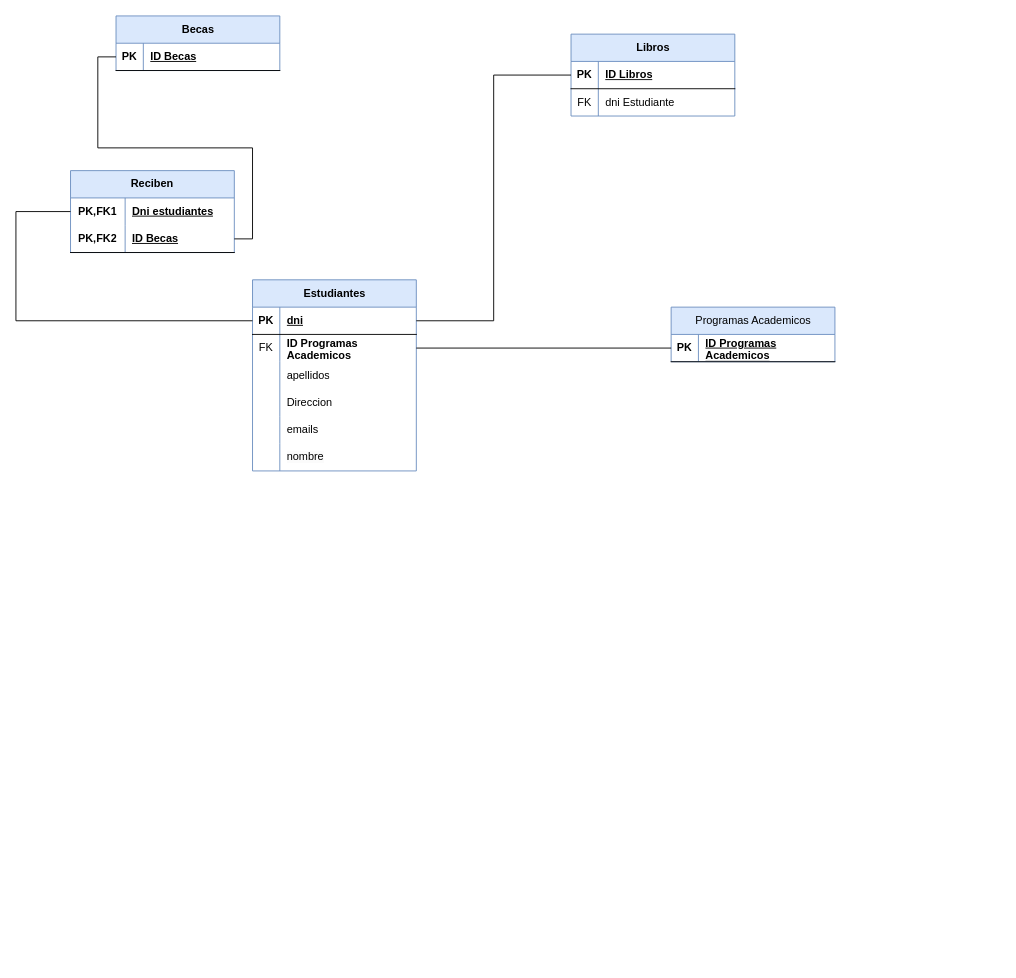
Before: modelo-mr/images/Modelo-Mr-completo.drawio in JVC0/ProyectoBBDD, a draw.io diagram. Source tidied: cells renumbered, new cells numbered last; positions are measured from the earlier drawing's top-left corner, leaving out a move shared by most shapes. Both pictures are drawn from the tidied source at 91%, with x=0, y=0 at pixel (15, 15).
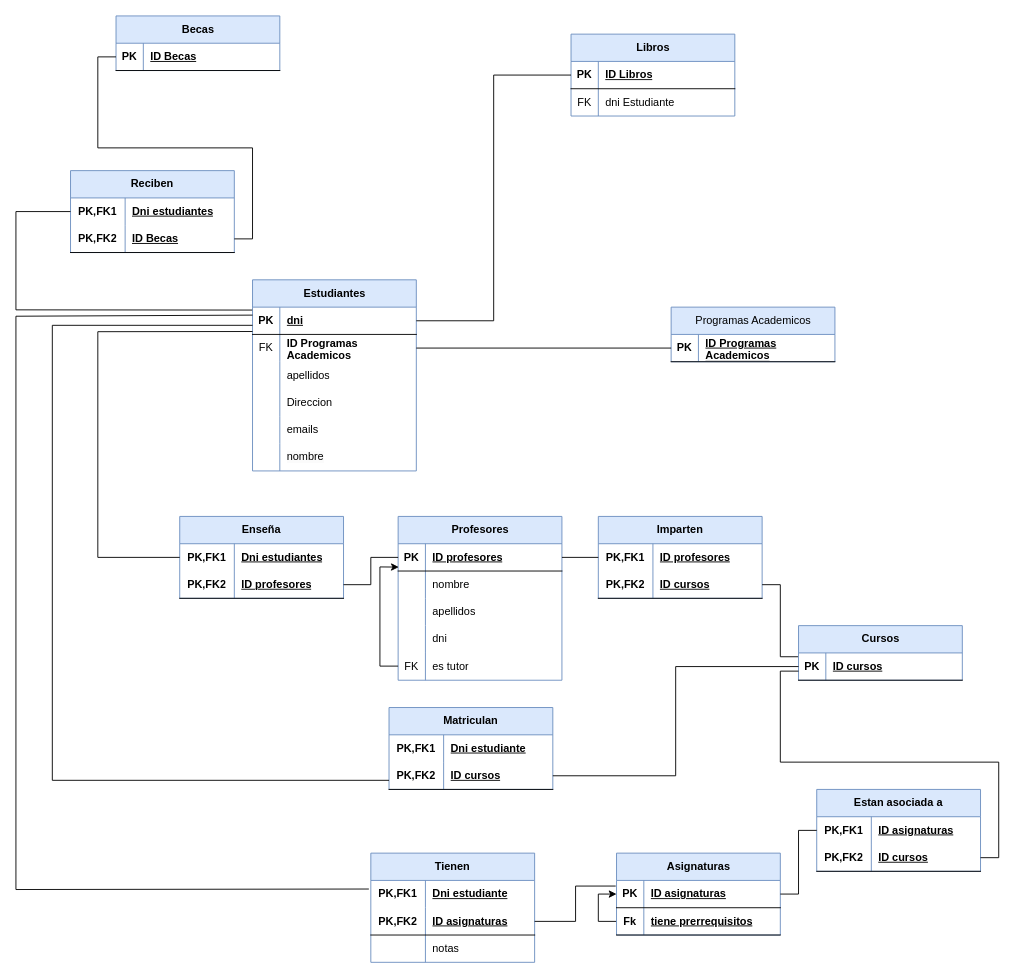
The same diagram, later.

The change refers to these unchanged cells:
```xml
<mxCell id="3" style="shape=tableRow;horizontal=0;startSize=0;swimlaneHead=0;swimlaneBody=0;fillColor=none;points=[[0,0.5],[1,0.5]];portConstraint=eastwest;top=0;left=0;right=0;bottom=1;" parent="2" vertex="1">
  <mxGeometry y="30" width="180" height="30" as="geometry" />
</mxCell>
<mxCell id="39" style="shape=tableRow;horizontal=0;startSize=0;swimlaneHead=0;swimlaneBody=0;fillColor=none;points=[[0,0.5],[1,0.5]];portConstraint=eastwest;top=0;left=0;right=0;bottom=0;html=1;" parent="38" vertex="1">
  <mxGeometry y="30" width="180" height="30" as="geometry" />
</mxCell>
```

The edit, as a diff of the source:
```diff
@@
+    <mxCell id="47" style="edgeStyle=orthogonalEdgeStyle;rounded=0;jettySize=auto;html=1;entryX=0;entryY=0.5;entryDx=0;entryDy=0;" parent="1" edge="1" source="92" target="89">
+      <mxGeometry relative="1" as="geometry" />
+    </mxCell>
@@
-    <mxCell id="46" style="endArrow=none;html=1;rounded=0;entryX=0;entryY=0.5;entryDx=0;entryDy=0;exitX=0;exitY=0.5;exitDx=0;exitDy=0;" parent="1" edge="1" source="39" target="3">
+    <mxCell id="46" style="endArrow=none;html=1;rounded=0;entryX=-0.002;entryY=0.108;entryDx=0;entryDy=0;exitX=0;exitY=0.5;exitDx=0;exitDy=0;entryPerimeter=0;" parent="1" edge="1" source="39" target="3">
       <mxGeometry relative="1" as="geometry">
         <Array as="points">
           <mxPoint y="215" />
-          <mxPoint y="335" />
+          <mxPoint y="323" />
         </Array>
       </mxGeometry>
     </mxCell>
+    <mxCell id="48" value="Profesores" style="shape=table;startSize=30;childLayout=tableLayout;rowLines=0;fontStyle=1;align=center;html=1;fillColor=#dae8fc;strokeColor=#6c8ebf;" parent="1" vertex="1">
+      <mxGeometry x="420" y="550" width="180" height="180" as="geometry" />
+    </mxCell>
+    <mxCell id="49" style="shape=tableRow;horizontal=0;startSize=0;swimlaneHead=0;swimlaneBody=0;fillColor=none;points=[[0,0.5],[1,0.5]];portConstraint=eastwest;top=0;left=0;right=0;bottom=1;" parent="48" vertex="1">
+      <mxGeometry y="30" width="180" height="30" as="geometry" />
+    </mxCell>
+    <mxCell id="50" value="PK" style="shape=partialRectangle;fillColor=none;top=0;left=0;bottom=0;right=0;fontStyle=1;overflow=hidden;whiteSpace=wrap;html=1;" parent="49" vertex="1">
+      <mxGeometry width="30" height="30" as="geometry" />
+    </mxCell>
+    <mxCell id="51" value="ID profesores" style="shape=partialRectangle;fillColor=none;top=0;left=0;bottom=0;right=0;align=left;spacingLeft=6;fontStyle=5;overflow=hidden;whiteSpace=wrap;html=1;" parent="49" vertex="1">
+      <mxGeometry x="30" width="150" height="30" as="geometry" />
+    </mxCell>
+    <mxCell id="52" style="shape=tableRow;horizontal=0;startSize=0;swimlaneHead=0;swimlaneBody=0;fillColor=none;top=0;left=0;right=0;bottom=0;" parent="48" vertex="1">
+      <mxGeometry y="60" width="180" height="30" as="geometry" />
+    </mxCell>
+    <mxCell id="53" style="shape=partialRectangle;fillColor=none;top=0;left=0;bottom=0;right=0;overflow=hidden;whiteSpace=wrap;html=1;" parent="52" vertex="1">
+      <mxGeometry width="30" height="30" as="geometry" />
+    </mxCell>
+    <mxCell id="54" value="nombre" style="shape=partialRectangle;fillColor=none;top=0;left=0;bottom=0;right=0;align=left;spacingLeft=6;overflow=hidden;whiteSpace=wrap;html=1;" parent="52" vertex="1">
+      <mxGeometry x="30" width="150" height="30" as="geometry" />
+    </mxCell>
+    <mxCell id="55" style="shape=tableRow;horizontal=0;startSize=0;swimlaneHead=0;swimlaneBody=0;fillColor=none;top=0;left=0;right=0;bottom=0;" parent="48" vertex="1">
+      <mxGeometry y="90" width="180" height="30" as="geometry" />
+    </mxCell>
+    <mxCell id="56" style="shape=partialRectangle;fillColor=none;top=0;left=0;bottom=0;right=0;overflow=hidden;whiteSpace=wrap;html=1;" parent="55" vertex="1">
+      <mxGeometry width="30" height="30" as="geometry" />
+    </mxCell>
+    <mxCell id="57" value="apellidos" style="shape=partialRectangle;fillColor=none;top=0;left=0;bottom=0;right=0;align=left;spacingLeft=6;overflow=hidden;whiteSpace=wrap;html=1;" parent="55" vertex="1">
+      <mxGeometry x="30" width="150" height="30" as="geometry" />
+    </mxCell>
+    <mxCell id="58" style="shape=tableRow;horizontal=0;startSize=0;swimlaneHead=0;swimlaneBody=0;fillColor=none;top=0;left=0;right=0;bottom=0;" parent="48" vertex="1">
+      <mxGeometry y="120" width="180" height="30" as="geometry" />
+    </mxCell>
+    <mxCell id="59" style="shape=partialRectangle;fillColor=none;top=0;left=0;bottom=0;right=0;overflow=hidden;whiteSpace=wrap;html=1;" parent="58" vertex="1">
+      <mxGeometry width="30" height="30" as="geometry" />
+    </mxCell>
+    <mxCell id="60" value="dni" style="shape=partialRectangle;fillColor=none;top=0;left=0;bottom=0;right=0;align=left;spacingLeft=6;overflow=hidden;whiteSpace=wrap;html=1;" parent="58" vertex="1">
+      <mxGeometry x="30" width="150" height="30" as="geometry" />
+    </mxCell>
+    <mxCell id="61" style="shape=tableRow;horizontal=0;startSize=0;swimlaneHead=0;swimlaneBody=0;fillColor=none;top=0;left=0;right=0;bottom=0;" parent="48" vertex="1">
+      <mxGeometry y="150" width="180" height="30" as="geometry" />
+    </mxCell>
+    <mxCell id="62" value="FK" style="shape=partialRectangle;fillColor=none;top=0;left=0;bottom=0;right=0;overflow=hidden;whiteSpace=wrap;html=1;" parent="61" vertex="1">
+      <mxGeometry width="30" height="30" as="geometry" />
+    </mxCell>
+    <mxCell id="63" value="es tutor" style="shape=partialRectangle;fillColor=none;top=0;left=0;bottom=0;right=0;align=left;spacingLeft=6;overflow=hidden;whiteSpace=wrap;html=1;" parent="61" vertex="1">
+      <mxGeometry x="30" width="150" height="30" as="geometry" />
+    </mxCell>
+    <mxCell id="64" value="Enseña" style="shape=table;startSize=30;childLayout=tableLayout;rowLines=0;fontStyle=1;align=center;html=1;whiteSpace=wrap;fillColor=#dae8fc;strokeColor=#6c8ebf;" parent="1" vertex="1">
+      <mxGeometry x="180" y="550" width="180" height="90" as="geometry" />
+    </mxCell>
+    <mxCell id="65" style="shape=tableRow;horizontal=0;startSize=0;swimlaneHead=0;swimlaneBody=0;fillColor=none;points=[[0,0.5],[1,0.5]];portConstraint=eastwest;top=0;left=0;right=0;bottom=0;html=1;" parent="64" vertex="1">
+      <mxGeometry y="30" width="180" height="30" as="geometry" />
+    </mxCell>
+    <mxCell id="66" value="PK,FK1" style="shape=partialRectangle;fillColor=none;top=0;left=0;bottom=0;right=0;fontStyle=1;overflow=hidden;html=1;whiteSpace=wrap;" parent="65" vertex="1">
+      <mxGeometry width="60" height="30" as="geometry" />
+    </mxCell>
+    <mxCell id="67" value="Dni estudiantes" style="shape=partialRectangle;fillColor=none;top=0;left=0;bottom=0;right=0;align=left;spacingLeft=6;fontStyle=5;overflow=hidden;html=1;whiteSpace=wrap;" parent="65" vertex="1">
+      <mxGeometry x="60" width="120" height="30" as="geometry" />
+    </mxCell>
+    <mxCell id="68" style="shape=tableRow;horizontal=0;startSize=0;swimlaneHead=0;swimlaneBody=0;fillColor=none;points=[[0,0.5],[1,0.5]];portConstraint=eastwest;top=0;left=0;right=0;bottom=1;html=1;" parent="64" vertex="1">
+      <mxGeometry y="60" width="180" height="30" as="geometry" />
+    </mxCell>
+    <mxCell id="69" value="PK,FK2" style="shape=partialRectangle;fillColor=none;top=0;left=0;bottom=0;right=0;fontStyle=1;overflow=hidden;html=1;whiteSpace=wrap;" parent="68" vertex="1">
+      <mxGeometry width="60" height="30" as="geometry" />
+    </mxCell>
+    <mxCell id="70" value="ID profesores" style="shape=partialRectangle;fillColor=none;top=0;left=0;bottom=0;right=0;align=left;spacingLeft=6;fontStyle=5;overflow=hidden;html=1;whiteSpace=wrap;" parent="68" vertex="1">
+      <mxGeometry x="60" width="120" height="30" as="geometry" />
+    </mxCell>
+    <mxCell id="71" style="edgeStyle=orthogonalEdgeStyle;rounded=0;jettySize=auto;html=1;entryX=1;entryY=0.5;entryDx=0;entryDy=0;endArrow=none;endFill=0;" parent="1" edge="1" source="49" target="68">
+      <mxGeometry relative="1" as="geometry" />
+    </mxCell>
+    <mxCell id="72" style="endArrow=none;html=1;rounded=0;entryX=0;entryY=0.5;entryDx=0;entryDy=0;exitX=0;exitY=0.893;exitDx=0;exitDy=0;exitPerimeter=0;" parent="1" edge="1" source="3" target="65">
+      <mxGeometry relative="1" as="geometry">
+        <Array as="points">
+          <mxPoint x="90" y="347" />
+          <mxPoint x="90" y="595" />
+        </Array>
+      </mxGeometry>
+    </mxCell>
+    <mxCell id="73" value="Matriculan" style="shape=table;startSize=30;childLayout=tableLayout;rowLines=0;fontStyle=1;align=center;html=1;whiteSpace=wrap;fillColor=#dae8fc;strokeColor=#6c8ebf;" parent="1" vertex="1">
+      <mxGeometry x="410" y="760" width="180" height="90" as="geometry" />
+    </mxCell>
+    <mxCell id="74" style="shape=tableRow;horizontal=0;startSize=0;swimlaneHead=0;swimlaneBody=0;fillColor=none;top=0;left=0;right=0;bottom=0;html=1;" parent="73" vertex="1">
+      <mxGeometry y="30" width="180" height="30" as="geometry" />
+    </mxCell>
+    <mxCell id="75" value="PK,FK1" style="shape=partialRectangle;fillColor=none;top=0;left=0;bottom=0;right=0;fontStyle=1;overflow=hidden;html=1;whiteSpace=wrap;" parent="74" vertex="1">
+      <mxGeometry width="60" height="30" as="geometry" />
+    </mxCell>
+    <mxCell id="76" value="Dni estudiante" style="shape=partialRectangle;fillColor=none;top=0;left=0;bottom=0;right=0;align=left;spacingLeft=6;fontStyle=5;overflow=hidden;html=1;whiteSpace=wrap;" parent="74" vertex="1">
+      <mxGeometry x="60" width="120" height="30" as="geometry" />
+    </mxCell>
+    <mxCell id="77" style="shape=tableRow;horizontal=0;startSize=0;swimlaneHead=0;swimlaneBody=0;fillColor=none;points=[[0,0.5],[1,0.5]];portConstraint=eastwest;top=0;left=0;right=0;bottom=1;html=1;" parent="73" vertex="1">
+      <mxGeometry y="60" width="180" height="30" as="geometry" />
+    </mxCell>
+    <mxCell id="78" value="PK,FK2" style="shape=partialRectangle;fillColor=none;top=0;left=0;bottom=0;right=0;fontStyle=1;overflow=hidden;html=1;whiteSpace=wrap;" parent="77" vertex="1">
+      <mxGeometry width="60" height="30" as="geometry" />
+    </mxCell>
+    <mxCell id="79" value="ID cursos" style="shape=partialRectangle;fillColor=none;top=0;left=0;bottom=0;right=0;align=left;spacingLeft=6;fontStyle=5;overflow=hidden;html=1;whiteSpace=wrap;" parent="77" vertex="1">
+      <mxGeometry x="60" width="120" height="30" as="geometry" />
+    </mxCell>
+    <mxCell id="80" value="Cursos" style="shape=table;startSize=30;childLayout=tableLayout;rowLines=0;fontStyle=1;align=center;html=1;fillColor=#dae8fc;strokeColor=#6c8ebf;" parent="1" vertex="1">
+      <mxGeometry x="860" y="670" width="180" height="60" as="geometry" />
+    </mxCell>
+    <mxCell id="81" style="shape=tableRow;horizontal=0;startSize=0;swimlaneHead=0;swimlaneBody=0;fillColor=none;points=[[0,0.5],[1,0.5]];portConstraint=eastwest;top=0;left=0;right=0;bottom=1;" parent="80" vertex="1">
+      <mxGeometry y="30" width="180" height="30" as="geometry" />
+    </mxCell>
+    <mxCell id="82" value="PK" style="shape=partialRectangle;fillColor=none;top=0;left=0;bottom=0;right=0;fontStyle=1;overflow=hidden;whiteSpace=wrap;html=1;" parent="81" vertex="1">
+      <mxGeometry width="30" height="30" as="geometry" />
+    </mxCell>
+    <mxCell id="83" value="ID cursos" style="shape=partialRectangle;fillColor=none;top=0;left=0;bottom=0;right=0;align=left;spacingLeft=6;fontStyle=5;overflow=hidden;whiteSpace=wrap;html=1;" parent="81" vertex="1">
+      <mxGeometry x="30" width="150" height="30" as="geometry" />
+    </mxCell>
+    <mxCell id="84" style="edgeStyle=orthogonalEdgeStyle;rounded=0;jettySize=auto;html=1;entryX=1;entryY=0.5;entryDx=0;entryDy=0;endArrow=none;endFill=0;exitX=0;exitY=0.5;exitDx=0;exitDy=0;" parent="1" edge="1" source="81" target="77">
+      <mxGeometry relative="1" as="geometry" />
+    </mxCell>
+    <mxCell id="85" style="edgeStyle=orthogonalEdgeStyle;rounded=0;orthogonalLoop=1;jettySize=auto;html=1;entryX=0;entryY=0.5;entryDx=0;entryDy=0;endArrow=none;endFill=0;" parent="1" edge="1">
+      <mxGeometry relative="1" as="geometry">
+        <mxPoint x="410" y="840" as="sourcePoint" />
+        <mxPoint x="260" y="340" as="targetPoint" />
+        <Array as="points">
+          <mxPoint x="40" y="840" />
+          <mxPoint x="40" y="340" />
+        </Array>
+      </mxGeometry>
+    </mxCell>
+    <mxCell id="86" style="endArrow=classic;html=1;rounded=0;entryX=0.004;entryY=0.856;entryDx=0;entryDy=0;entryPerimeter=0;exitX=0;exitY=0.5;exitDx=0;exitDy=0;" parent="1" edge="1" target="49">
+      <mxGeometry relative="1" as="geometry">
+        <mxPoint x="420" y="714.5" as="sourcePoint" />
+        <Array as="points">
+          <mxPoint x="400" y="714.5" />
+          <mxPoint x="400" y="605.5" />
+        </Array>
+      </mxGeometry>
+    </mxCell>
+    <mxCell id="87" style="endArrow=none;html=1;rounded=0;entryX=0;entryY=0.293;entryDx=0;entryDy=0;entryPerimeter=0;exitX=-0.012;exitY=0.315;exitDx=0;exitDy=0;exitPerimeter=0;" parent="1" edge="1" source="96" target="3">
+      <mxGeometry relative="1" as="geometry">
+        <Array as="points">
+          <mxPoint y="960" />
+          <mxPoint y="330" />
+        </Array>
+      </mxGeometry>
+    </mxCell>
+    <mxCell id="88" value="Asignaturas" style="shape=table;startSize=30;childLayout=tableLayout;rowLines=0;fontStyle=1;align=center;html=1;fillColor=#dae8fc;strokeColor=#6c8ebf;" parent="1" vertex="1">
+      <mxGeometry x="660" y="920" width="180" height="90" as="geometry" />
+    </mxCell>
+    <mxCell id="89" style="shape=tableRow;horizontal=0;startSize=0;swimlaneHead=0;swimlaneBody=0;fillColor=none;points=[[0,0.5],[1,0.5]];portConstraint=eastwest;top=0;left=0;right=0;bottom=1;" parent="88" vertex="1">
+      <mxGeometry y="30" width="180" height="30" as="geometry" />
+    </mxCell>
+    <mxCell id="90" value="PK" style="shape=partialRectangle;fillColor=none;top=0;left=0;bottom=0;right=0;fontStyle=1;overflow=hidden;whiteSpace=wrap;html=1;" parent="89" vertex="1">
+      <mxGeometry width="30" height="30" as="geometry" />
+    </mxCell>
+    <mxCell id="91" value="ID asignaturas" style="shape=partialRectangle;fillColor=none;top=0;left=0;bottom=0;right=0;align=left;spacingLeft=6;fontStyle=5;overflow=hidden;whiteSpace=wrap;html=1;" parent="89" vertex="1">
+      <mxGeometry x="30" width="150" height="30" as="geometry" />
+    </mxCell>
+    <mxCell id="92" style="shape=tableRow;horizontal=0;startSize=0;swimlaneHead=0;swimlaneBody=0;fillColor=none;points=[[0,0.5],[1,0.5]];portConstraint=eastwest;top=0;left=0;right=0;bottom=1;" parent="88" vertex="1">
+      <mxGeometry y="60" width="180" height="30" as="geometry" />
+    </mxCell>
+    <mxCell id="93" value="Fk" style="shape=partialRectangle;fillColor=none;top=0;left=0;bottom=0;right=0;fontStyle=1;overflow=hidden;whiteSpace=wrap;html=1;" parent="92" vertex="1">
+      <mxGeometry width="30" height="30" as="geometry" />
+    </mxCell>
+    <mxCell id="94" value="tiene&amp;nbsp;prerrequisitos" style="shape=partialRectangle;fillColor=none;top=0;left=0;bottom=0;right=0;align=left;spacingLeft=6;fontStyle=5;overflow=hidden;whiteSpace=wrap;html=1;" parent="92" vertex="1">
+      <mxGeometry x="30" width="150" height="30" as="geometry" />
+    </mxCell>
+    <mxCell id="95" value="Tienen" style="shape=table;startSize=30;childLayout=tableLayout;rowLines=0;fontStyle=1;align=center;html=1;whiteSpace=wrap;fillColor=#dae8fc;strokeColor=#6c8ebf;" parent="1" vertex="1">
+      <mxGeometry x="390" y="920" width="180" height="120" as="geometry" />
+    </mxCell>
+    <mxCell id="96" style="shape=tableRow;horizontal=0;startSize=0;swimlaneHead=0;swimlaneBody=0;fillColor=none;points=[[0,0.5],[1,0.5]];portConstraint=eastwest;top=0;left=0;right=0;bottom=0;html=1;" parent="95" vertex="1">
+      <mxGeometry y="30" width="180" height="30" as="geometry" />
+    </mxCell>
+    <mxCell id="97" value="PK,FK1" style="shape=partialRectangle;fillColor=none;top=0;left=0;bottom=0;right=0;fontStyle=1;overflow=hidden;html=1;whiteSpace=wrap;" parent="96" vertex="1">
+      <mxGeometry width="60" height="30" as="geometry" />
+    </mxCell>
+    <mxCell id="98" value="Dni estudiante" style="shape=partialRectangle;fillColor=none;top=0;left=0;bottom=0;right=0;align=left;spacingLeft=6;fontStyle=5;overflow=hidden;html=1;whiteSpace=wrap;" parent="96" vertex="1">
+      <mxGeometry x="60" width="120" height="30" as="geometry" />
+    </mxCell>
+    <mxCell id="99" style="shape=tableRow;horizontal=0;startSize=0;swimlaneHead=0;swimlaneBody=0;fillColor=none;points=[[0,0.5],[1,0.5]];portConstraint=eastwest;top=0;left=0;right=0;bottom=1;html=1;" parent="95" vertex="1">
+      <mxGeometry y="60" width="180" height="30" as="geometry" />
+    </mxCell>
+    <mxCell id="100" value="PK,FK2" style="shape=partialRectangle;fillColor=none;top=0;left=0;bottom=0;right=0;fontStyle=1;overflow=hidden;html=1;whiteSpace=wrap;" parent="99" vertex="1">
+      <mxGeometry width="60" height="30" as="geometry" />
+    </mxCell>
+    <mxCell id="101" value="ID asignaturas" style="shape=partialRectangle;fillColor=none;top=0;left=0;bottom=0;right=0;align=left;spacingLeft=6;fontStyle=5;overflow=hidden;html=1;whiteSpace=wrap;" parent="99" vertex="1">
+      <mxGeometry x="60" width="120" height="30" as="geometry" />
+    </mxCell>
+    <mxCell id="102" style="shape=tableRow;horizontal=0;startSize=0;swimlaneHead=0;swimlaneBody=0;fillColor=none;top=0;left=0;right=0;bottom=0;html=1;" parent="95" vertex="1">
+      <mxGeometry y="90" width="180" height="30" as="geometry" />
+    </mxCell>
+    <mxCell id="103" style="shape=partialRectangle;fillColor=none;top=0;left=0;bottom=0;right=0;overflow=hidden;html=1;whiteSpace=wrap;" parent="102" vertex="1">
+      <mxGeometry width="60" height="30" as="geometry" />
+    </mxCell>
+    <mxCell id="104" value="notas" style="shape=partialRectangle;fillColor=none;top=0;left=0;bottom=0;right=0;align=left;spacingLeft=6;overflow=hidden;html=1;whiteSpace=wrap;" parent="102" vertex="1">
+      <mxGeometry x="60" width="120" height="30" as="geometry" />
+    </mxCell>
+    <mxCell id="105" style="edgeStyle=orthogonalEdgeStyle;rounded=0;jettySize=auto;html=1;entryX=1;entryY=0.5;entryDx=0;entryDy=0;endArrow=none;endFill=0;exitX=-0.005;exitY=0.206;exitDx=0;exitDy=0;exitPerimeter=0;" parent="1" edge="1" source="89" target="99">
+      <mxGeometry relative="1" as="geometry" />
+    </mxCell>
+    <mxCell id="106" value="Imparten" style="shape=table;startSize=30;childLayout=tableLayout;rowLines=0;fontStyle=1;align=center;html=1;whiteSpace=wrap;fillColor=#dae8fc;strokeColor=#6c8ebf;" parent="1" vertex="1">
+      <mxGeometry x="640" y="550" width="180" height="90" as="geometry" />
+    </mxCell>
+    <mxCell id="107" style="shape=tableRow;horizontal=0;startSize=0;swimlaneHead=0;swimlaneBody=0;fillColor=none;points=[[0,0.5],[1,0.5]];portConstraint=eastwest;top=0;left=0;right=0;bottom=0;html=1;" parent="106" vertex="1">
+      <mxGeometry y="30" width="180" height="30" as="geometry" />
+    </mxCell>
+    <mxCell id="108" value="PK,FK1" style="shape=partialRectangle;fillColor=none;top=0;left=0;bottom=0;right=0;fontStyle=1;overflow=hidden;html=1;whiteSpace=wrap;" parent="107" vertex="1">
+      <mxGeometry width="60" height="30" as="geometry" />
+    </mxCell>
+    <mxCell id="109" value="ID profesores" style="shape=partialRectangle;fillColor=none;top=0;left=0;bottom=0;right=0;align=left;spacingLeft=6;fontStyle=5;overflow=hidden;html=1;whiteSpace=wrap;" parent="107" vertex="1">
+      <mxGeometry x="60" width="120" height="30" as="geometry" />
+    </mxCell>
+    <mxCell id="110" style="shape=tableRow;horizontal=0;startSize=0;swimlaneHead=0;swimlaneBody=0;fillColor=none;points=[[0,0.5],[1,0.5]];portConstraint=eastwest;top=0;left=0;right=0;bottom=1;html=1;" parent="106" vertex="1">
+      <mxGeometry y="60" width="180" height="30" as="geometry" />
+    </mxCell>
+    <mxCell id="111" value="PK,FK2" style="shape=partialRectangle;fillColor=none;top=0;left=0;bottom=0;right=0;fontStyle=1;overflow=hidden;html=1;whiteSpace=wrap;" parent="110" vertex="1">
+      <mxGeometry width="60" height="30" as="geometry" />
+    </mxCell>
+    <mxCell id="112" value="ID cursos" style="shape=partialRectangle;fillColor=none;top=0;left=0;bottom=0;right=0;align=left;spacingLeft=6;fontStyle=5;overflow=hidden;html=1;whiteSpace=wrap;" parent="110" vertex="1">
+      <mxGeometry x="60" width="120" height="30" as="geometry" />
+    </mxCell>
+    <mxCell id="113" style="edgeStyle=orthogonalEdgeStyle;rounded=0;jettySize=auto;html=1;entryX=0;entryY=0.5;entryDx=0;entryDy=0;endArrow=none;endFill=0;" parent="1" edge="1" source="49" target="107">
+      <mxGeometry relative="1" as="geometry" />
+    </mxCell>
+    <mxCell id="114" style="edgeStyle=orthogonalEdgeStyle;rounded=0;jettySize=auto;html=1;entryX=-0.003;entryY=0.14;entryDx=0;entryDy=0;endArrow=none;endFill=0;exitX=1;exitY=0.5;exitDx=0;exitDy=0;entryPerimeter=0;" parent="1" edge="1" source="110" target="81">
+      <mxGeometry relative="1" as="geometry" />
+    </mxCell>
+    <mxCell id="115" value="Estan asociada a" style="shape=table;startSize=30;childLayout=tableLayout;rowLines=0;fontStyle=1;align=center;html=1;whiteSpace=wrap;fillColor=#dae8fc;strokeColor=#6c8ebf;" parent="1" vertex="1">
+      <mxGeometry x="880" y="850" width="180" height="90" as="geometry" />
+    </mxCell>
+    <mxCell id="116" style="shape=tableRow;horizontal=0;startSize=0;swimlaneHead=0;swimlaneBody=0;fillColor=none;points=[[0,0.5],[1,0.5]];portConstraint=eastwest;top=0;left=0;right=0;bottom=0;html=1;" parent="115" vertex="1">
+      <mxGeometry y="30" width="180" height="30" as="geometry" />
+    </mxCell>
+    <mxCell id="117" value="PK,FK1" style="shape=partialRectangle;fillColor=none;top=0;left=0;bottom=0;right=0;fontStyle=1;overflow=hidden;html=1;whiteSpace=wrap;" parent="116" vertex="1">
+      <mxGeometry width="60" height="30" as="geometry" />
+    </mxCell>
+    <mxCell id="118" value="ID asignaturas" style="shape=partialRectangle;fillColor=none;top=0;left=0;bottom=0;right=0;align=left;spacingLeft=6;fontStyle=5;overflow=hidden;html=1;whiteSpace=wrap;" parent="116" vertex="1">
+      <mxGeometry x="60" width="120" height="30" as="geometry" />
+    </mxCell>
+    <mxCell id="119" style="shape=tableRow;horizontal=0;startSize=0;swimlaneHead=0;swimlaneBody=0;fillColor=none;points=[[0,0.5],[1,0.5]];portConstraint=eastwest;top=0;left=0;right=0;bottom=1;html=1;" parent="115" vertex="1">
+      <mxGeometry y="60" width="180" height="30" as="geometry" />
+    </mxCell>
+    <mxCell id="120" value="PK,FK2" style="shape=partialRectangle;fillColor=none;top=0;left=0;bottom=0;right=0;fontStyle=1;overflow=hidden;html=1;whiteSpace=wrap;" parent="119" vertex="1">
+      <mxGeometry width="60" height="30" as="geometry" />
+    </mxCell>
+    <mxCell id="121" value="ID cursos" style="shape=partialRectangle;fillColor=none;top=0;left=0;bottom=0;right=0;align=left;spacingLeft=6;fontStyle=5;overflow=hidden;html=1;whiteSpace=wrap;" parent="119" vertex="1">
+      <mxGeometry x="60" width="120" height="30" as="geometry" />
+    </mxCell>
+    <mxCell id="122" style="edgeStyle=orthogonalEdgeStyle;rounded=0;jettySize=auto;html=1;entryX=1;entryY=0.5;entryDx=0;entryDy=0;endArrow=none;endFill=0;" parent="1" edge="1" source="116" target="89">
+      <mxGeometry relative="1" as="geometry" />
+    </mxCell>
+    <mxCell id="123" style="edgeStyle=orthogonalEdgeStyle;rounded=0;jettySize=auto;html=1;exitX=1;exitY=0.5;exitDx=0;exitDy=0;entryX=0;entryY=0.667;entryDx=0;entryDy=0;entryPerimeter=0;endArrow=none;endFill=0;" parent="1" edge="1" source="119" target="81">
+      <mxGeometry relative="1" as="geometry" />
+    </mxCell>
```
